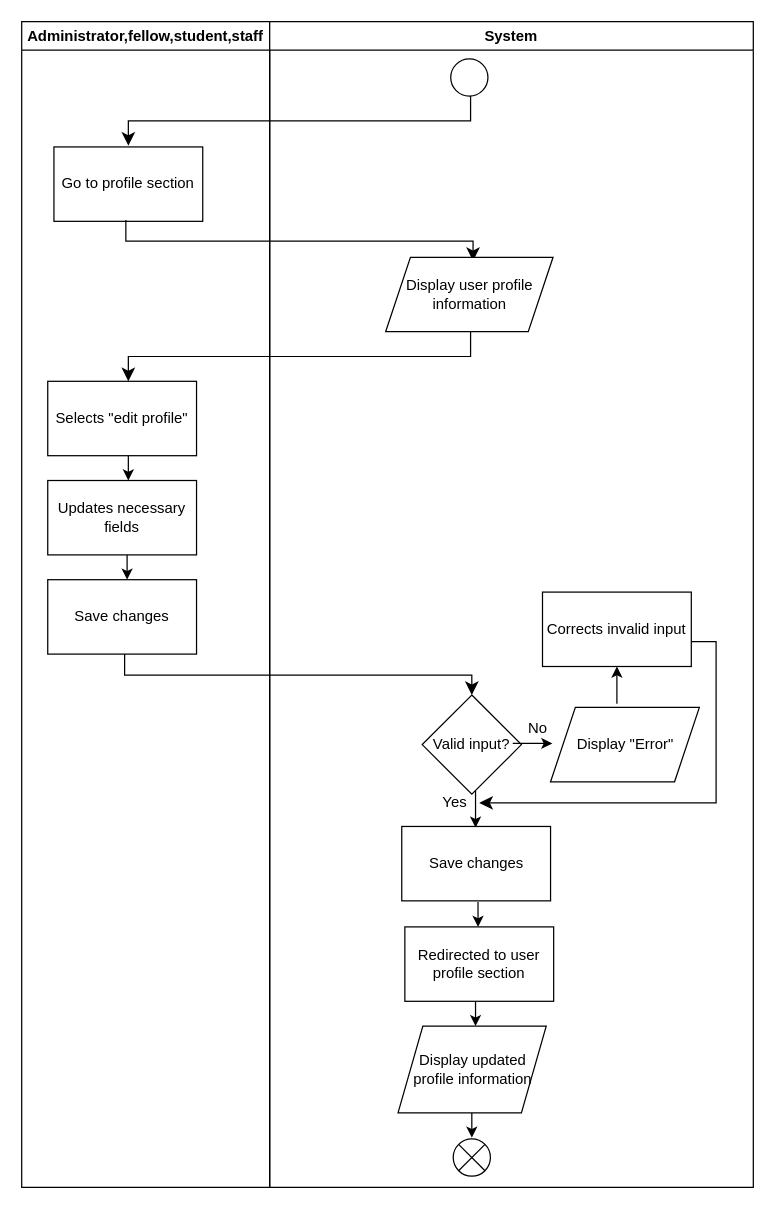
Earlier version of the draw.io diagram project/drawio/stakeholder/activity diagram/uc03.drawio (drshahizan/software-engineering). Source tidied: cells renumbered, new cells numbered last; positions are measured from the earlier drawing's top-left corner, leaving out a move shared by most shapes. Both pictures are drawn from the tidied source at 124%, with x=0, y=0 at pixel (21, 21).
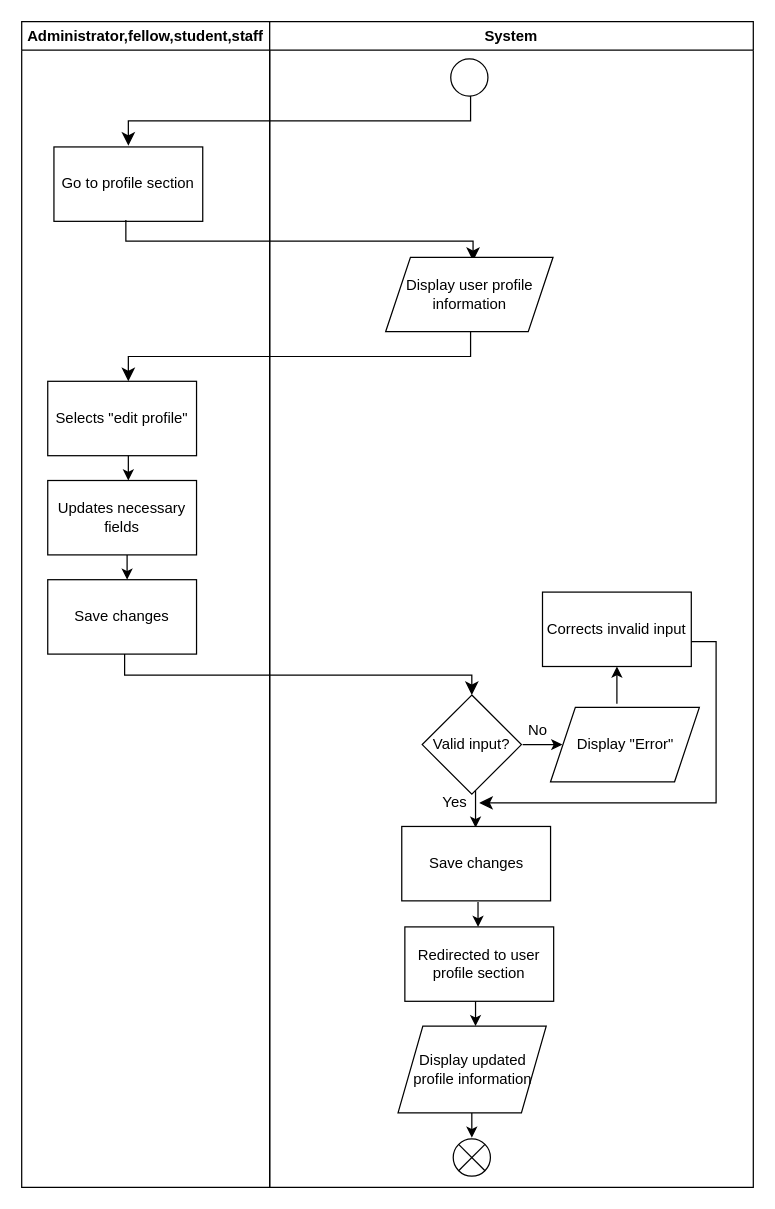
After the change.

Unchanged cells that the change refers to:
```xml
<mxCell id="25" value="System" style="swimlane;whiteSpace=wrap;html=1;" parent="1" vertex="1">
  <mxGeometry x="200" width="390" height="940" as="geometry" />
</mxCell>
```

What changed in the source:
```diff
@@
     <mxCell id="26" style="endArrow=classic;html=1;" parent="25" edge="1">
       <mxGeometry relative="1" as="geometry">
-        <mxPoint x="196" y="582" as="sourcePoint" />
-        <mxPoint x="228" y="582" as="targetPoint" />
+        <mxPoint x="204" y="583" as="sourcePoint" />
+        <mxPoint x="236" y="583" as="targetPoint" />
       </mxGeometry>
     </mxCell>
@@
-    <mxCell id="30" value="No" style="text;html=1;align=center;verticalAlign=middle;strokeColor=none;fillColor=none;" parent="1" vertex="1">
-      <mxGeometry x="396" y="555" width="40" height="30" as="geometry" />
+    <mxCell id="30" value="No" style="text;html=1;align=center;verticalAlign=middle;strokeColor=none;fillColor=none;" parent="25" vertex="1">
+      <mxGeometry x="196" y="557" width="40" height="30" as="geometry" />
     </mxCell>
```
